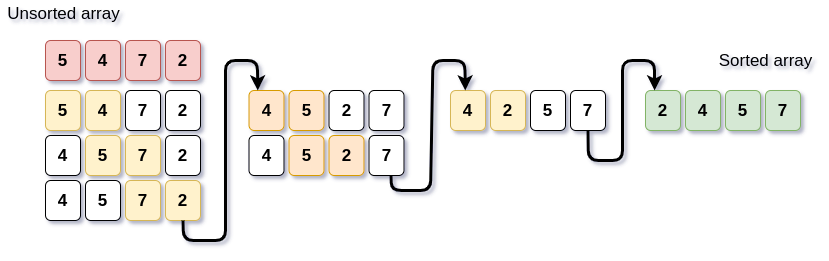
Above: Assets/Algo1.png in 4rlenrey/Notes (draw.io), before the change. Source tidied: cells renumbered, new cells last; positions are measured from the earlier drawing's top-left corner, leaving out a move shared by most shapes.
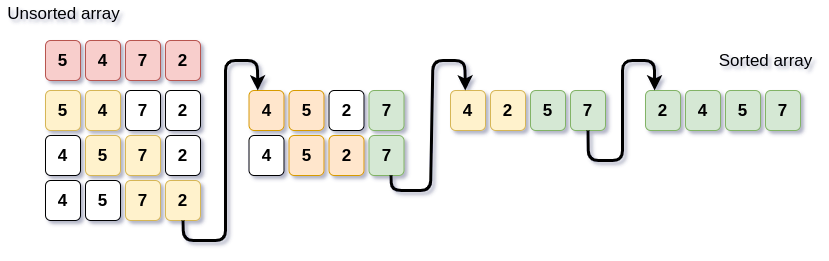
Above is the later version.

Change to the diagram source:
```diff
@@ -59,7 +59,7 @@
     <mxCell id="20" value="2" style="whiteSpace=wrap;html=1;fontStyle=1;fontSize=17;rounded=1;" parent="1" vertex="1">
       <mxGeometry x="328.5" y="90" width="35" height="40" as="geometry" />
     </mxCell>
-    <mxCell id="21" value="7" style="whiteSpace=wrap;html=1;fontStyle=1;fontSize=17;rounded=1;" parent="1" vertex="1">
+    <mxCell id="21" value="7" style="whiteSpace=wrap;html=1;fontStyle=1;fontSize=17;rounded=1;fillColor=#d5e8d4;strokeColor=#82b366;" parent="1" vertex="1">
       <mxGeometry x="368.5" y="90" width="35" height="40" as="geometry" />
     </mxCell>
     <mxCell id="22" value="5" style="whiteSpace=wrap;html=1;fontStyle=1;fontSize=17;rounded=1;fillColor=#ffe6cc;strokeColor=#d79b00;" parent="1" vertex="1">
@@ -71,7 +71,7 @@
     <mxCell id="24" value="2" style="whiteSpace=wrap;html=1;fontStyle=1;fontSize=17;rounded=1;fillColor=#ffe6cc;strokeColor=#d79b00;" parent="1" vertex="1">
       <mxGeometry x="328.5" y="135" width="35" height="40" as="geometry" />
     </mxCell>
-    <mxCell id="25" value="7" style="whiteSpace=wrap;html=1;fontStyle=1;fontSize=17;rounded=1;" parent="1" vertex="1">
+    <mxCell id="25" value="7" style="whiteSpace=wrap;html=1;fontStyle=1;fontSize=17;rounded=1;fillColor=#d5e8d4;strokeColor=#82b366;" parent="1" vertex="1">
       <mxGeometry x="368.5" y="135" width="35" height="40" as="geometry" />
     </mxCell>
     <mxCell id="26" value="4" style="whiteSpace=wrap;html=1;fontStyle=1;fontSize=17;rounded=1;fillColor=#d5e8d4;strokeColor=#82b366;" parent="1" vertex="1">
@@ -92,10 +92,10 @@
     <mxCell id="31" value="4" style="whiteSpace=wrap;html=1;fontStyle=1;fontSize=17;rounded=1;fillColor=#fff2cc;strokeColor=#d6b656;" parent="1" vertex="1">
       <mxGeometry x="450" y="90" width="35" height="40" as="geometry" />
     </mxCell>
-    <mxCell id="32" value="5" style="whiteSpace=wrap;html=1;fontStyle=1;fontSize=17;rounded=1;" parent="1" vertex="1">
+    <mxCell id="32" value="5" style="whiteSpace=wrap;html=1;fontStyle=1;fontSize=17;rounded=1;fillColor=#d5e8d4;strokeColor=#82b366;" parent="1" vertex="1">
       <mxGeometry x="530" y="90" width="35" height="40" as="geometry" />
     </mxCell>
-    <mxCell id="33" value="7" style="whiteSpace=wrap;html=1;fontStyle=1;fontSize=17;rounded=1;" parent="1" vertex="1">
+    <mxCell id="33" value="7" style="whiteSpace=wrap;html=1;fontStyle=1;fontSize=17;rounded=1;fillColor=#d5e8d4;strokeColor=#82b366;" parent="1" vertex="1">
       <mxGeometry x="570" y="90" width="35" height="40" as="geometry" />
     </mxCell>
     <mxCell id="34" style="endArrow=classic;html=1;fontSize=17;strokeWidth=3;fontStyle=1;labelBorderColor=none;labelBackgroundColor=none;entryX=0.25;entryY=0;entryDx=0;entryDy=0;exitX=0.5;exitY=1;exitDx=0;exitDy=0;" parent="1" edge="1" source="13" target="19">
```
